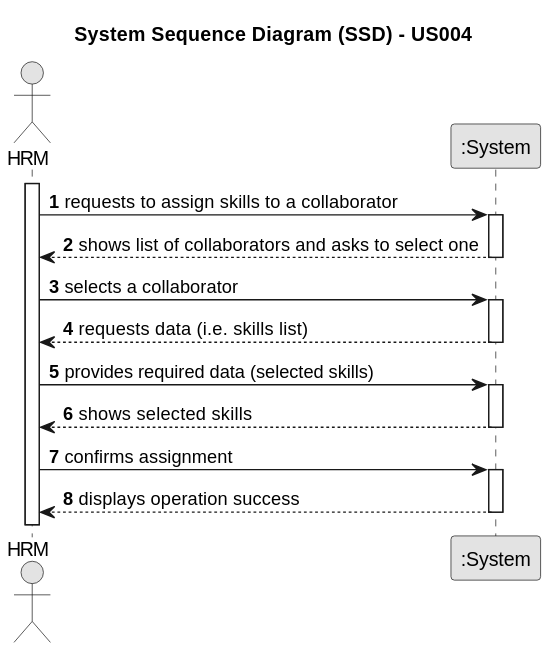
Before: docs/sprintB/us004/01.requirements-engineering/svg/us004-system-sequence-diagram-alternative-one.svg, a diagram exported from PlantUML (ricardomm7/leaflink). Source of this version:
```plantuml
@startuml
skinparam monochrome true
skinparam packageStyle rectangle
skinparam shadowing false

title System Sequence Diagram (SSD) - US004

autonumber

actor "HRM" as HRM
participant ":System" as System

activate HRM

    HRM -> System : requests to assign skills to a collaborator
    activate System

        System --> HRM : shows list of collaborators and asks to select one
    deactivate System

    HRM -> System : selects a collaborator
    activate System

        System --> HRM : requests data (i.e. skills list)
    deactivate System

    HRM -> System : provides required data (selected skills)
    activate System

        System --> HRM : shows selected skills
    deactivate System

    HRM -> System : confirms assignment
    activate System

        System --> HRM : displays operation success
    deactivate System
@enduml
```
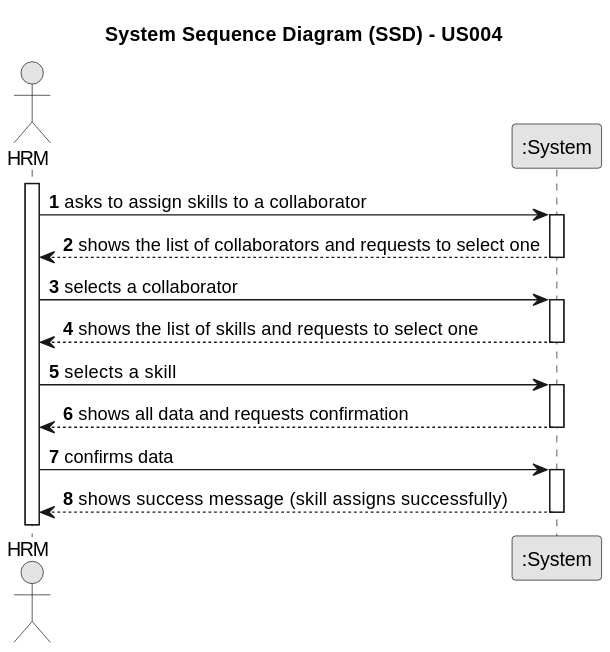
Above is the later version.

The edit, as a diff of the source:
```diff
@@ -12,27 +12,27 @@
 
 activate HRM
 
-    HRM -> System : requests to assign skills to a collaborator
+    HRM -> System : asks to assign skills to a collaborator
     activate System
 
-        System --> HRM : shows list of collaborators and asks to select one
+        System --> HRM : shows the list of collaborators and requests to select one
     deactivate System
 
     HRM -> System : selects a collaborator
     activate System
 
-        System --> HRM : requests data (i.e. skills list)
+        System --> HRM : shows the list of skills and requests to select one
     deactivate System
 
-    HRM -> System : provides required data (selected skills)
+    HRM -> System : selects a skill
     activate System
 
-        System --> HRM : shows selected skills
+        System --> HRM : shows all data and requests confirmation
     deactivate System
 
-    HRM -> System : confirms assignment
+    HRM -> System : confirms data
     activate System
 
-        System --> HRM : displays operation success
+        System --> HRM : shows success message (skill assigns successfully)
     deactivate System
 @enduml
```
